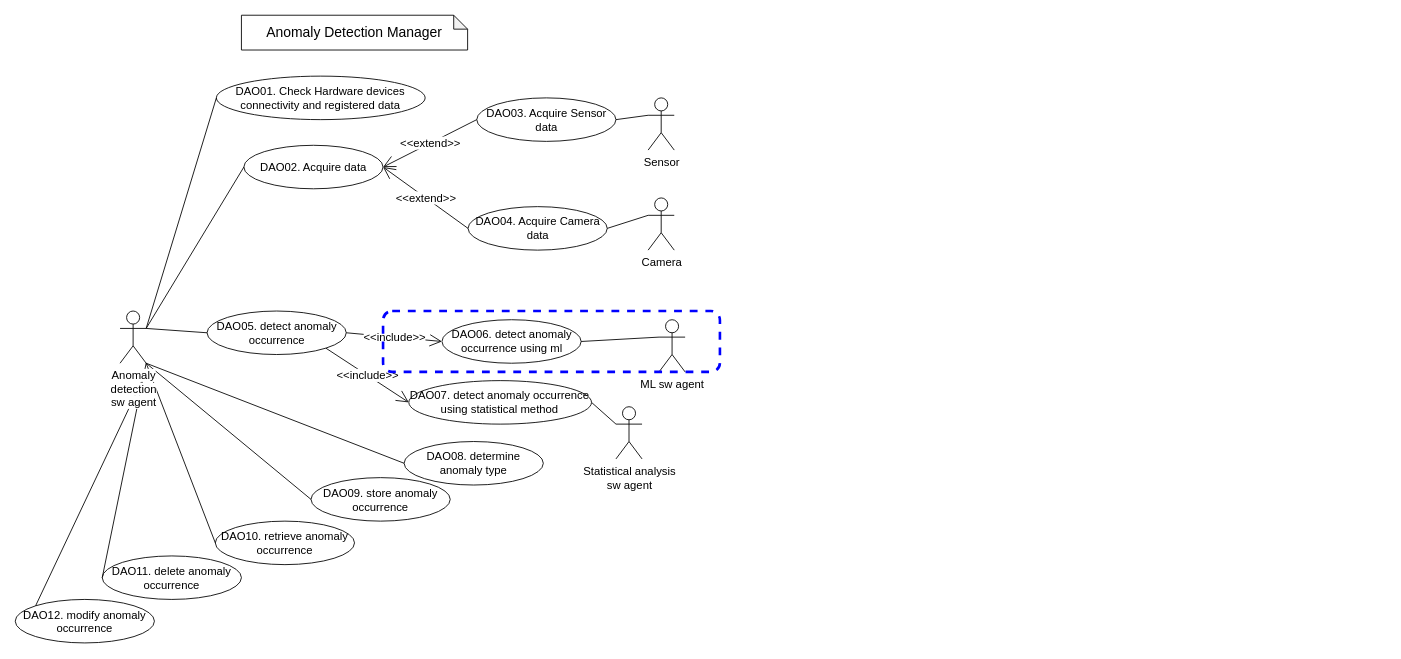
Above: detail_control_flow.drawio in ShineSoYoung/TEST (draw.io), before the change. Source tidied: cells renumbered, new cells numbered last; positions are measured from the earlier drawing's top-left corner, leaving out a move shared by most shapes. Both pictures are drawn from the tidied source at 87%, with x=0, y=0 at pixel (15, 15).
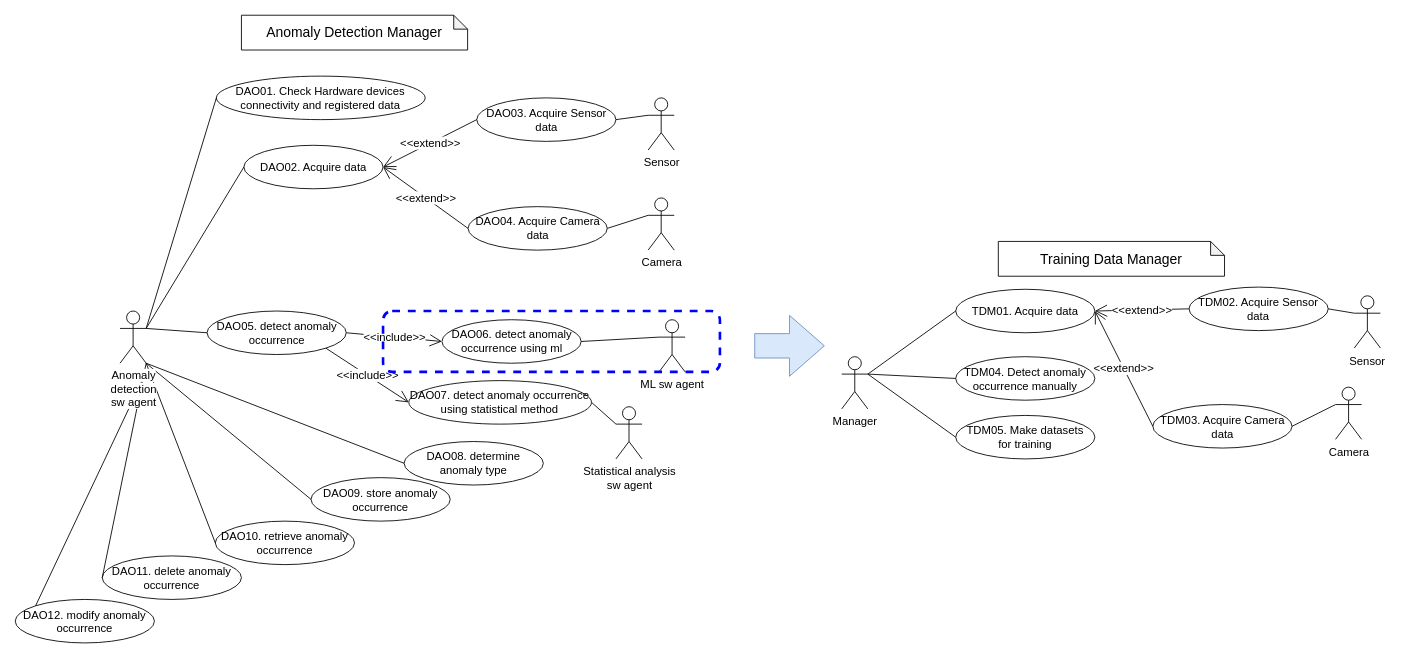
The same page after the edit.

The edit, as a diff of the source:
```diff
@@
+    <mxCell id="37" value="TDM03. Acquire Camera data" style="ellipse;whiteSpace=wrap;html=1;fontSize=13;" parent="1" vertex="1">
+      <mxGeometry x="1307.6" y="447.5" width="160" height="50" as="geometry" />
+    </mxCell>
+    <mxCell id="38" value="Camera" style="shape=umlActor;verticalLabelPosition=bottom;verticalAlign=top;html=1;outlineConnect=0;fontSize=13;" parent="1" vertex="1">
+      <mxGeometry x="1517.6" y="427.5" width="30" height="60" as="geometry" />
+    </mxCell>
+    <mxCell id="39" style="endArrow=none;html=1;rounded=0;exitX=0;exitY=0.3333333333333333;exitDx=0;exitDy=0;exitPerimeter=0;entryX=1;entryY=0.5;entryDx=0;entryDy=0;fontSize=13;" parent="1" edge="1" source="38" target="37">
+      <mxGeometry relative="1" as="geometry" />
+    </mxCell>
+    <mxCell id="40" value="Manager" style="shape=umlActor;verticalLabelPosition=bottom;verticalAlign=top;html=1;outlineConnect=0;fontSize=13;" parent="1" vertex="1">
+      <mxGeometry x="950" y="392.5" width="30" height="60" as="geometry" />
+    </mxCell>
+    <mxCell id="41" value="TDM01. Acquire data" style="ellipse;whiteSpace=wrap;html=1;fontSize=13;" parent="1" vertex="1">
+      <mxGeometry x="1081" y="315" width="160" height="50" as="geometry" />
+    </mxCell>
+    <mxCell id="42" value="TDM02. Acquire Sensor data" style="ellipse;whiteSpace=wrap;html=1;fontSize=13;" parent="1" vertex="1">
+      <mxGeometry x="1349.2" y="312.5" width="160" height="50" as="geometry" />
+    </mxCell>
+    <mxCell id="43" value="Sensor" style="shape=umlActor;verticalLabelPosition=bottom;verticalAlign=top;html=1;outlineConnect=0;fontSize=13;" parent="1" vertex="1">
+      <mxGeometry x="1539.2" y="322.5" width="30" height="60" as="geometry" />
+    </mxCell>
+    <mxCell id="44" style="endArrow=none;html=1;rounded=0;exitX=0;exitY=0.3333333333333333;exitDx=0;exitDy=0;exitPerimeter=0;entryX=1;entryY=0.5;entryDx=0;entryDy=0;fontSize=13;" parent="1" edge="1" source="43" target="42">
+      <mxGeometry relative="1" as="geometry" />
+    </mxCell>
+    <mxCell id="45" value="&amp;lt;&amp;lt;extend&amp;gt;&amp;gt;" style="endArrow=open;endSize=12;endFill=0;html=1;rounded=0;exitX=0;exitY=0.5;exitDx=0;exitDy=0;entryX=1;entryY=0.5;entryDx=0;entryDy=0;fontSize=13;" parent="1" edge="1" source="42" target="41">
+      <mxGeometry relative="1" as="geometry" />
+    </mxCell>
+    <mxCell id="46" value="&amp;lt;&amp;lt;extend&amp;gt;&amp;gt;" style="endArrow=open;endSize=12;endFill=0;html=1;rounded=0;exitX=0;exitY=0.5;exitDx=0;exitDy=0;entryX=1;entryY=0.5;entryDx=0;entryDy=0;fontSize=13;" parent="1" edge="1" source="37" target="41">
+      <mxGeometry relative="1" as="geometry" />
+    </mxCell>
+    <mxCell id="47" value="TDM04. Detect anomaly occurrence manually" style="ellipse;whiteSpace=wrap;html=1;fontSize=13;" parent="1" vertex="1">
+      <mxGeometry x="1081" y="392.5" width="160" height="50" as="geometry" />
+    </mxCell>
+    <mxCell id="48" value="TDM05. Make datasets &lt;br style=&quot;font-size: 13px;&quot;&gt;for training" style="ellipse;whiteSpace=wrap;html=1;fontSize=13;" parent="1" vertex="1">
+      <mxGeometry x="1081" y="460" width="160" height="50" as="geometry" />
+    </mxCell>
+    <mxCell id="49" style="endArrow=none;html=1;rounded=0;exitX=1;exitY=0.3333333333333333;exitDx=0;exitDy=0;exitPerimeter=0;entryX=0;entryY=0.5;entryDx=0;entryDy=0;fontSize=13;" parent="1" edge="1" source="40" target="41">
+      <mxGeometry relative="1" as="geometry" />
+    </mxCell>
+    <mxCell id="50" style="endArrow=none;html=1;rounded=0;exitX=1;exitY=0.3333333333333333;exitDx=0;exitDy=0;exitPerimeter=0;entryX=0;entryY=0.5;entryDx=0;entryDy=0;fontSize=13;" parent="1" edge="1" source="40" target="47">
+      <mxGeometry relative="1" as="geometry" />
+    </mxCell>
+    <mxCell id="51" style="endArrow=none;html=1;rounded=0;exitX=1;exitY=0.3333333333333333;exitDx=0;exitDy=0;exitPerimeter=0;entryX=0;entryY=0.5;entryDx=0;entryDy=0;fontSize=13;" parent="1" edge="1" source="40" target="48">
+      <mxGeometry relative="1" as="geometry" />
+    </mxCell>
+    <mxCell id="52" value="&lt;span style=&quot;font-size: 16px;&quot;&gt;Training Data Manager&lt;/span&gt;" style="shape=note;whiteSpace=wrap;html=1;backgroundOutline=1;darkOpacity=0.05;size=16;" parent="1" vertex="1">
+      <mxGeometry x="1130" y="260" width="260" height="40" as="geometry" />
+    </mxCell>
+    <mxCell id="53" style="html=1;shadow=0;dashed=0;align=center;verticalAlign=middle;shape=mxgraph.arrows2.arrow;dy=0.6;dx=40;notch=0;fillColor=#dae8fc;strokeColor=#6c8ebf;" parent="1" vertex="1">
+      <mxGeometry x="850" y="345" width="80" height="70" as="geometry" />
+    </mxCell>
```
